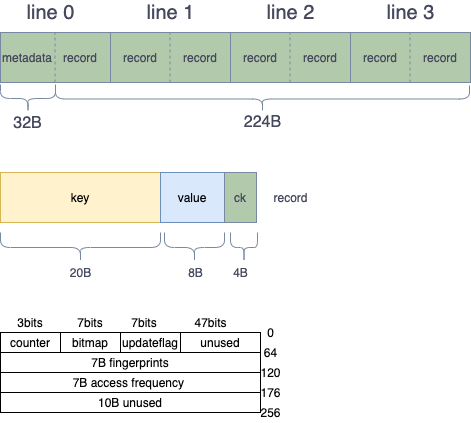
This is bucket.png from HustDsy/Picture, a draw.io export, as it was before one commit. Source tidied: cells renumbered, new cells last; positions are measured from the earlier drawing's top-left corner, leaving out a move shared by most shapes. Its diagram source:
```xml
<mxGraphModel>
  <root>
    <mxCell id="0" />
    <mxCell id="1" parent="0" />
    <mxCell id="2" style="rounded=0;whiteSpace=wrap;html=1;fillColor=#B2C9AB;strokeColor=#788AA3;fontColor=#46495D;" parent="1" vertex="1">
      <mxGeometry y="30" width="110" height="50" as="geometry" />
    </mxCell>
    <mxCell id="3" style="rounded=0;whiteSpace=wrap;html=1;fillColor=#B2C9AB;strokeColor=#788AA3;fontColor=#46495D;" parent="1" vertex="1">
      <mxGeometry x="110" y="30" width="120" height="50" as="geometry" />
    </mxCell>
    <mxCell id="4" style="rounded=0;whiteSpace=wrap;html=1;fillColor=#B2C9AB;strokeColor=#788AA3;fontColor=#46495D;" parent="1" vertex="1">
      <mxGeometry x="230" y="30" width="120" height="50" as="geometry" />
    </mxCell>
    <mxCell id="5" style="rounded=0;whiteSpace=wrap;html=1;fillColor=#B2C9AB;strokeColor=#788AA3;fontColor=#46495D;" parent="1" vertex="1">
      <mxGeometry x="350" y="30" width="120" height="50" as="geometry" />
    </mxCell>
    <mxCell id="6" value="&lt;font style=&quot;font-size: 20px&quot;&gt;line 0&lt;/font&gt;" style="text;html=1;align=center;verticalAlign=middle;fontColor=#46495D;" parent="1" vertex="1">
      <mxGeometry x="20" width="60" height="20" as="geometry" />
    </mxCell>
    <mxCell id="7" value="&lt;font style=&quot;font-size: 20px&quot;&gt;line 1&lt;/font&gt;" style="text;html=1;align=center;verticalAlign=middle;fontColor=#46495D;" parent="1" vertex="1">
      <mxGeometry x="140" width="60" height="20" as="geometry" />
    </mxCell>
    <mxCell id="8" value="&lt;font style=&quot;font-size: 20px&quot;&gt;line 2&lt;/font&gt;" style="text;html=1;align=center;verticalAlign=middle;fontColor=#46495D;" parent="1" vertex="1">
      <mxGeometry x="260" width="60" height="20" as="geometry" />
    </mxCell>
    <mxCell id="9" value="&lt;font style=&quot;font-size: 20px&quot;&gt;line 3&lt;/font&gt;" style="text;html=1;align=center;verticalAlign=middle;fontColor=#46495D;" parent="1" vertex="1">
      <mxGeometry x="380" width="60" height="20" as="geometry" />
    </mxCell>
    <mxCell id="10" style="endArrow=none;dashed=1;html=1;strokeColor=#788AA3;fontColor=#46495D;" parent="1" edge="1">
      <mxGeometry relative="1" as="geometry">
        <mxPoint x="54.5" y="80" as="sourcePoint" />
        <mxPoint x="54.5" y="30" as="targetPoint" />
      </mxGeometry>
    </mxCell>
    <mxCell id="11" style="endArrow=none;dashed=1;html=1;strokeColor=#788AA3;fontColor=#46495D;" parent="1" edge="1">
      <mxGeometry relative="1" as="geometry">
        <mxPoint x="169.5" y="80" as="sourcePoint" />
        <mxPoint x="169.5" y="30" as="targetPoint" />
      </mxGeometry>
    </mxCell>
    <mxCell id="12" style="endArrow=none;dashed=1;html=1;strokeColor=#788AA3;fontColor=#46495D;" parent="1" edge="1">
      <mxGeometry relative="1" as="geometry">
        <mxPoint x="289.5" y="80" as="sourcePoint" />
        <mxPoint x="289.5" y="30" as="targetPoint" />
      </mxGeometry>
    </mxCell>
    <mxCell id="13" style="endArrow=none;dashed=1;html=1;strokeColor=#788AA3;fontColor=#46495D;" parent="1" edge="1">
      <mxGeometry relative="1" as="geometry">
        <mxPoint x="409.5" y="80" as="sourcePoint" />
        <mxPoint x="409.5" y="30" as="targetPoint" />
      </mxGeometry>
    </mxCell>
    <mxCell id="14" value="record" style="text;html=1;strokeColor=none;fillColor=none;align=center;verticalAlign=middle;whiteSpace=wrap;rounded=0;fontColor=#46495D;" parent="1" vertex="1">
      <mxGeometry x="60" y="45" width="40" height="20" as="geometry" />
    </mxCell>
    <mxCell id="15" value="record" style="text;html=1;strokeColor=none;fillColor=none;align=center;verticalAlign=middle;whiteSpace=wrap;rounded=0;fontColor=#46495D;" parent="1" vertex="1">
      <mxGeometry x="120" y="45" width="40" height="20" as="geometry" />
    </mxCell>
    <mxCell id="16" value="record" style="text;html=1;strokeColor=none;fillColor=none;align=center;verticalAlign=middle;whiteSpace=wrap;rounded=0;fontColor=#46495D;" parent="1" vertex="1">
      <mxGeometry x="180" y="45" width="40" height="20" as="geometry" />
    </mxCell>
    <mxCell id="17" value="record" style="text;html=1;strokeColor=none;fillColor=none;align=center;verticalAlign=middle;whiteSpace=wrap;rounded=0;fontColor=#46495D;" parent="1" vertex="1">
      <mxGeometry x="240" y="45" width="40" height="20" as="geometry" />
    </mxCell>
    <mxCell id="18" value="record" style="text;html=1;strokeColor=none;fillColor=none;align=center;verticalAlign=middle;whiteSpace=wrap;rounded=0;fontColor=#46495D;" parent="1" vertex="1">
      <mxGeometry x="300" y="45" width="40" height="20" as="geometry" />
    </mxCell>
    <mxCell id="19" value="record" style="text;html=1;strokeColor=none;fillColor=none;align=center;verticalAlign=middle;whiteSpace=wrap;rounded=0;fontColor=#46495D;" parent="1" vertex="1">
      <mxGeometry x="360" y="45" width="40" height="20" as="geometry" />
    </mxCell>
    <mxCell id="20" value="record" style="text;html=1;strokeColor=none;fillColor=none;align=center;verticalAlign=middle;whiteSpace=wrap;rounded=0;fontColor=#46495D;" parent="1" vertex="1">
      <mxGeometry x="420" y="45" width="40" height="20" as="geometry" />
    </mxCell>
    <mxCell id="21" value="metadata" style="text;html=1;strokeColor=none;fillColor=none;align=center;verticalAlign=middle;whiteSpace=wrap;rounded=0;fontColor=#46495D;" parent="1" vertex="1">
      <mxGeometry x="7" y="45" width="40" height="20" as="geometry" />
    </mxCell>
    <mxCell id="22" style="shape=curlyBracket;whiteSpace=wrap;html=1;rounded=1;direction=north;fillColor=#B2C9AB;strokeColor=#788AA3;fontColor=#46495D;" parent="1" vertex="1">
      <mxGeometry x="55" y="83" width="414" height="27" as="geometry" />
    </mxCell>
    <mxCell id="23" value="&lt;font style=&quot;font-size: 16px&quot;&gt;224B&lt;/font&gt;" style="text;html=1;align=center;verticalAlign=middle;fontColor=#46495D;" parent="1" vertex="1">
      <mxGeometry x="237" y="110" width="50" height="20" as="geometry" />
    </mxCell>
    <mxCell id="24" style="shape=curlyBracket;whiteSpace=wrap;html=1;rounded=1;direction=north;size=0.5;fillColor=#B2C9AB;strokeColor=#788AA3;fontColor=#46495D;" parent="1" vertex="1">
      <mxGeometry y="82" width="55" height="28" as="geometry" />
    </mxCell>
    <mxCell id="25" value="&lt;font style=&quot;font-size: 16px&quot;&gt;32B&lt;br&gt;&lt;br&gt;&lt;/font&gt;" style="text;html=1;align=center;verticalAlign=middle;fontColor=#46495D;" parent="1" vertex="1">
      <mxGeometry x="7" y="110" width="40" height="40" as="geometry" />
    </mxCell>
    <mxCell id="26" value="key" style="rounded=0;whiteSpace=wrap;html=1;imageWidth=20;fillColor=#fff2cc;strokeColor=#d6b656;" parent="1" vertex="1">
      <mxGeometry y="170" width="160" height="50" as="geometry" />
    </mxCell>
    <mxCell id="27" value="value" style="rounded=0;whiteSpace=wrap;html=1;imageWidth=24;fillColor=#dae8fc;strokeColor=#6c8ebf;imageHeight=24;strokeOpacity=100;" parent="1" vertex="1">
      <mxGeometry x="160" y="170" width="64" height="50" as="geometry" />
    </mxCell>
    <mxCell id="28" value="ck" style="rounded=0;whiteSpace=wrap;html=1;imageWidth=24;fillColor=#B2C9AB;strokeColor=#788AA3;fontColor=#46495D;imageHeight=24;strokeOpacity=100;" parent="1" vertex="1">
      <mxGeometry x="224" y="170" width="32" height="50" as="geometry" />
    </mxCell>
    <mxCell id="29" style="shape=curlyBracket;whiteSpace=wrap;html=1;rounded=1;direction=north;size=0.5;fillColor=#B2C9AB;strokeColor=#788AA3;fontColor=#46495D;" parent="1" vertex="1">
      <mxGeometry y="230" width="160" height="30" as="geometry" />
    </mxCell>
    <mxCell id="30" value="20B&lt;br&gt;" style="text;html=1;align=center;verticalAlign=middle;fontColor=#46495D;" parent="1" vertex="1">
      <mxGeometry x="60" y="260" width="40" height="20" as="geometry" />
    </mxCell>
    <mxCell id="31" style="shape=curlyBracket;whiteSpace=wrap;html=1;rounded=1;direction=north;size=0.5;fillColor=#B2C9AB;strokeColor=#788AA3;fontColor=#46495D;" parent="1" vertex="1">
      <mxGeometry x="164" y="230" width="60" height="30" as="geometry" />
    </mxCell>
    <mxCell id="32" value="8B" style="text;html=1;align=center;verticalAlign=middle;fontColor=#46495D;" parent="1" vertex="1">
      <mxGeometry x="180" y="260" width="30" height="20" as="geometry" />
    </mxCell>
    <mxCell id="33" style="shape=curlyBracket;whiteSpace=wrap;html=1;rounded=1;direction=north;size=0.5;fillColor=#B2C9AB;strokeColor=#788AA3;fontColor=#46495D;" parent="1" vertex="1">
      <mxGeometry x="230" y="230" width="27" height="30" as="geometry" />
    </mxCell>
    <mxCell id="34" value="4B" style="text;html=1;align=center;verticalAlign=middle;fontColor=#46495D;" parent="1" vertex="1">
      <mxGeometry x="225" y="260" width="30" height="20" as="geometry" />
    </mxCell>
    <mxCell id="35" value="record" style="text;html=1;align=center;verticalAlign=middle;fontColor=#46495D;" parent="1" vertex="1">
      <mxGeometry x="265" y="185" width="50" height="20" as="geometry" />
    </mxCell>
    <mxCell id="36" value="counter" style="rounded=0;whiteSpace=wrap;html=1;sketch=0;strokeWidth=1;" parent="1" vertex="1">
      <mxGeometry y="330" width="60" height="20" as="geometry" />
    </mxCell>
    <mxCell id="37" value="bitmap" style="rounded=0;whiteSpace=wrap;html=1;sketch=0;strokeWidth=1;" parent="1" vertex="1">
      <mxGeometry x="60" y="330" width="60" height="20" as="geometry" />
    </mxCell>
    <mxCell id="38" value="7B fingerprints" style="rounded=0;whiteSpace=wrap;html=1;sketch=0;strokeWidth=1;" parent="1" vertex="1">
      <mxGeometry y="350" width="260" height="20" as="geometry" />
    </mxCell>
    <mxCell id="39" value="updateflag" style="rounded=0;whiteSpace=wrap;html=1;sketch=0;strokeWidth=1;" parent="1" vertex="1">
      <mxGeometry x="120" y="330" width="60" height="20" as="geometry" />
    </mxCell>
    <mxCell id="40" value="7B access frequency&amp;nbsp;" style="rounded=0;whiteSpace=wrap;html=1;sketch=0;strokeWidth=1;" parent="1" vertex="1">
      <mxGeometry y="370" width="260" height="20" as="geometry" />
    </mxCell>
    <mxCell id="41" value="unused" style="rounded=0;whiteSpace=wrap;html=1;sketch=0;strokeWidth=1;" parent="1" vertex="1">
      <mxGeometry x="180" y="330" width="80" height="20" as="geometry" />
    </mxCell>
    <mxCell id="42" value="10B unused" style="rounded=0;whiteSpace=wrap;html=1;sketch=0;strokeWidth=1;" parent="1" vertex="1">
      <mxGeometry y="390" width="260" height="20" as="geometry" />
    </mxCell>
    <mxCell id="43" value="&lt;font color=&quot;#000000&quot;&gt;0&lt;/font&gt;" style="text;html=1;align=center;verticalAlign=middle;fontColor=#46495D;" parent="1" vertex="1">
      <mxGeometry x="260" y="320" width="20" height="20" as="geometry" />
    </mxCell>
    <mxCell id="44" value="&lt;font color=&quot;#000000&quot;&gt;64&lt;/font&gt;" style="text;html=1;align=center;verticalAlign=middle;fontColor=#46495D;" parent="1" vertex="1">
      <mxGeometry x="255" y="340" width="30" height="20" as="geometry" />
    </mxCell>
    <mxCell id="45" value="&lt;font color=&quot;#000000&quot;&gt;120&lt;/font&gt;" style="text;html=1;align=center;verticalAlign=middle;fontColor=#46495D;" parent="1" vertex="1">
      <mxGeometry x="250" y="360" width="40" height="20" as="geometry" />
    </mxCell>
    <mxCell id="46" value="&lt;font color=&quot;#000000&quot;&gt;176&lt;/font&gt;" style="text;html=1;align=center;verticalAlign=middle;fontColor=#46495D;" parent="1" vertex="1">
      <mxGeometry x="250" y="380" width="40" height="20" as="geometry" />
    </mxCell>
    <mxCell id="47" value="&lt;font color=&quot;#000000&quot;&gt;256&lt;/font&gt;" style="text;html=1;align=center;verticalAlign=middle;fontColor=#46495D;" parent="1" vertex="1">
      <mxGeometry x="250" y="400" width="40" height="20" as="geometry" />
    </mxCell>
    <mxCell id="48" value="3bits&lt;br&gt;" style="text;html=1;strokeColor=none;fillColor=none;align=center;verticalAlign=middle;whiteSpace=wrap;rounded=0;sketch=0;" parent="1" vertex="1">
      <mxGeometry x="10" y="310" width="40" height="20" as="geometry" />
    </mxCell>
    <mxCell id="49" value="7bits" style="text;html=1;strokeColor=none;fillColor=none;align=center;verticalAlign=middle;whiteSpace=wrap;rounded=0;sketch=0;" parent="1" vertex="1">
      <mxGeometry x="70" y="310" width="40" height="20" as="geometry" />
    </mxCell>
    <mxCell id="50" value="7bits" style="text;html=1;strokeColor=none;fillColor=none;align=center;verticalAlign=middle;whiteSpace=wrap;rounded=0;sketch=0;" parent="1" vertex="1">
      <mxGeometry x="124" y="310" width="40" height="20" as="geometry" />
    </mxCell>
    <mxCell id="51" value="47bits" style="text;html=1;align=center;verticalAlign=middle;fontColor=#000000;" parent="1" vertex="1">
      <mxGeometry x="185" y="310" width="50" height="20" as="geometry" />
    </mxCell>
  </root>
</mxGraphModel>
```
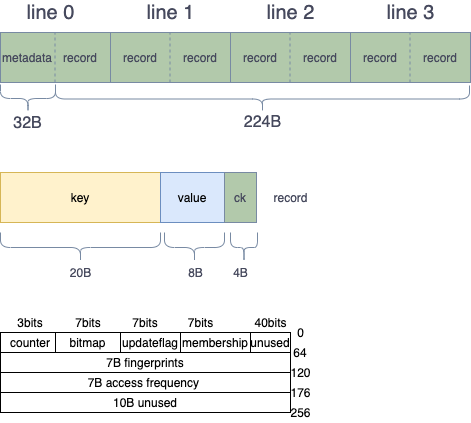
Above is the later version.

What changed in the source:
```diff
@@ -120,49 +120,55 @@
       <mxGeometry y="330" width="60" height="20" as="geometry" />
     </mxCell>
     <mxCell id="37" value="bitmap" style="rounded=0;whiteSpace=wrap;html=1;sketch=0;strokeWidth=1;" parent="1" vertex="1">
-      <mxGeometry x="60" y="330" width="60" height="20" as="geometry" />
+      <mxGeometry x="55" y="330" width="65" height="20" as="geometry" />
     </mxCell>
     <mxCell id="38" value="7B fingerprints" style="rounded=0;whiteSpace=wrap;html=1;sketch=0;strokeWidth=1;" parent="1" vertex="1">
-      <mxGeometry y="350" width="260" height="20" as="geometry" />
+      <mxGeometry y="350" width="290" height="20" as="geometry" />
     </mxCell>
     <mxCell id="39" value="updateflag" style="rounded=0;whiteSpace=wrap;html=1;sketch=0;strokeWidth=1;" parent="1" vertex="1">
       <mxGeometry x="120" y="330" width="60" height="20" as="geometry" />
     </mxCell>
     <mxCell id="40" value="7B access frequency&amp;nbsp;" style="rounded=0;whiteSpace=wrap;html=1;sketch=0;strokeWidth=1;" parent="1" vertex="1">
-      <mxGeometry y="370" width="260" height="20" as="geometry" />
+      <mxGeometry y="370" width="290" height="20" as="geometry" />
     </mxCell>
     <mxCell id="41" value="unused" style="rounded=0;whiteSpace=wrap;html=1;sketch=0;strokeWidth=1;" parent="1" vertex="1">
-      <mxGeometry x="180" y="330" width="80" height="20" as="geometry" />
+      <mxGeometry x="250" y="330" width="40" height="20" as="geometry" />
     </mxCell>
     <mxCell id="42" value="10B unused" style="rounded=0;whiteSpace=wrap;html=1;sketch=0;strokeWidth=1;" parent="1" vertex="1">
-      <mxGeometry y="390" width="260" height="20" as="geometry" />
+      <mxGeometry y="390" width="290" height="20" as="geometry" />
     </mxCell>
     <mxCell id="43" value="&lt;font color=&quot;#000000&quot;&gt;0&lt;/font&gt;" style="text;html=1;align=center;verticalAlign=middle;fontColor=#46495D;" parent="1" vertex="1">
-      <mxGeometry x="260" y="320" width="20" height="20" as="geometry" />
+      <mxGeometry x="290" y="320" width="20" height="20" as="geometry" />
     </mxCell>
-    <mxCell id="44" value="&lt;font color=&quot;#000000&quot;&gt;64&lt;/font&gt;" style="text;html=1;align=center;verticalAlign=middle;fontColor=#46495D;" parent="1" vertex="1">
-      <mxGeometry x="255" y="340" width="30" height="20" as="geometry" />
-    </mxCell>
     <mxCell id="45" value="&lt;font color=&quot;#000000&quot;&gt;120&lt;/font&gt;" style="text;html=1;align=center;verticalAlign=middle;fontColor=#46495D;" parent="1" vertex="1">
-      <mxGeometry x="250" y="360" width="40" height="20" as="geometry" />
+      <mxGeometry x="280" y="360" width="40" height="20" as="geometry" />
     </mxCell>
     <mxCell id="46" value="&lt;font color=&quot;#000000&quot;&gt;176&lt;/font&gt;" style="text;html=1;align=center;verticalAlign=middle;fontColor=#46495D;" parent="1" vertex="1">
-      <mxGeometry x="250" y="380" width="40" height="20" as="geometry" />
+      <mxGeometry x="280" y="380" width="40" height="20" as="geometry" />
     </mxCell>
     <mxCell id="47" value="&lt;font color=&quot;#000000&quot;&gt;256&lt;/font&gt;" style="text;html=1;align=center;verticalAlign=middle;fontColor=#46495D;" parent="1" vertex="1">
-      <mxGeometry x="250" y="400" width="40" height="20" as="geometry" />
+      <mxGeometry x="280" y="400" width="40" height="20" as="geometry" />
     </mxCell>
     <mxCell id="48" value="3bits&lt;br&gt;" style="text;html=1;strokeColor=none;fillColor=none;align=center;verticalAlign=middle;whiteSpace=wrap;rounded=0;sketch=0;" parent="1" vertex="1">
       <mxGeometry x="10" y="310" width="40" height="20" as="geometry" />
     </mxCell>
     <mxCell id="49" value="7bits" style="text;html=1;strokeColor=none;fillColor=none;align=center;verticalAlign=middle;whiteSpace=wrap;rounded=0;sketch=0;" parent="1" vertex="1">
-      <mxGeometry x="70" y="310" width="40" height="20" as="geometry" />
+      <mxGeometry x="67.5" y="310" width="40" height="20" as="geometry" />
     </mxCell>
     <mxCell id="50" value="7bits" style="text;html=1;strokeColor=none;fillColor=none;align=center;verticalAlign=middle;whiteSpace=wrap;rounded=0;sketch=0;" parent="1" vertex="1">
-      <mxGeometry x="124" y="310" width="40" height="20" as="geometry" />
+      <mxGeometry x="125" y="310" width="40" height="20" as="geometry" />
     </mxCell>
-    <mxCell id="51" value="47bits" style="text;html=1;align=center;verticalAlign=middle;fontColor=#000000;" parent="1" vertex="1">
-      <mxGeometry x="185" y="310" width="50" height="20" as="geometry" />
+    <mxCell id="51" value="40bits" style="text;html=1;align=center;verticalAlign=middle;fontColor=#000000;" parent="1" vertex="1">
+      <mxGeometry x="245" y="310" width="50" height="20" as="geometry" />
     </mxCell>
+    <mxCell id="52" value="membership" style="rounded=0;whiteSpace=wrap;html=1;sketch=0;strokeWidth=1;" parent="1" vertex="1">
+      <mxGeometry x="180" y="330" width="70" height="20" as="geometry" />
+    </mxCell>
+    <mxCell id="53" value="7bits" style="text;html=1;align=center;verticalAlign=middle;fontColor=#000000;" parent="1" vertex="1">
+      <mxGeometry x="180" y="310" width="40" height="20" as="geometry" />
+    </mxCell>
+    <mxCell id="44" value="64" style="text;html=1;strokeColor=none;fillColor=none;align=center;verticalAlign=middle;whiteSpace=wrap;rounded=0;sketch=0;fontColor=#000000;" parent="1" vertex="1">
+      <mxGeometry x="280" y="340" width="40" height="20" as="geometry" />
+    </mxCell>
   </root>
 </mxGraphModel>
```
